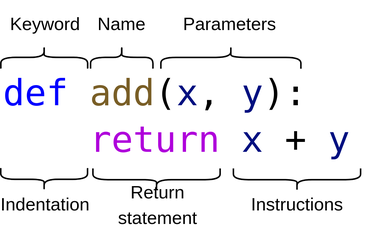
Before: img/fn-dev.png, a diagram exported from draw.io (Computational-Biology-Aachen/HackathonEmbu2023). Source tidied: cells renumbered, new cells last; positions are measured from the earlier drawing's top-left corner, leaving out a move shared by most shapes. Source of this version:
```xml
<mxGraphModel>
  <root>
    <mxCell id="0" />
    <mxCell id="1" parent="0" />
    <mxCell id="2" value="&lt;div style=&quot;color: rgb(0, 0, 0); background-color: rgb(255, 255, 255); font-family: &amp;quot;Droid Sans Mono&amp;quot;, &amp;quot;monospace&amp;quot;, monospace; font-weight: normal; font-size: 24px; line-height: 129%;&quot;&gt;&lt;div style=&quot;line-height: 129%;&quot;&gt;&lt;span style=&quot;color: #0000ff;&quot;&gt;def&lt;/span&gt;&lt;span style=&quot;color: #000000;&quot;&gt; &lt;/span&gt;&lt;span style=&quot;color: #795e26;&quot;&gt;add&lt;/span&gt;&lt;span style=&quot;color: #000000;&quot;&gt;(&lt;/span&gt;&lt;span style=&quot;color: #001080;&quot;&gt;x&lt;/span&gt;&lt;span style=&quot;color: #000000;&quot;&gt;, &lt;/span&gt;&lt;span style=&quot;color: #001080;&quot;&gt;y&lt;/span&gt;&lt;span style=&quot;color: #000000;&quot;&gt;):&lt;/span&gt;&lt;/div&gt;&lt;div style=&quot;line-height: 129%;&quot;&gt;&lt;span style=&quot;color: #000000;&quot;&gt;&lt;/span&gt;&lt;span style=&quot;color: #af00db;&quot;&gt;&amp;nbsp; &amp;nbsp; return&lt;/span&gt;&lt;span style=&quot;color: #000000;&quot;&gt; &lt;/span&gt;&lt;span style=&quot;color: #001080;&quot;&gt;x&lt;/span&gt;&lt;span style=&quot;color: #000000;&quot;&gt; + &lt;/span&gt;&lt;span style=&quot;color: #001080;&quot;&gt;y&lt;/span&gt;&lt;/div&gt;&lt;/div&gt;" style="text;whiteSpace=wrap;html=1;" parent="1" vertex="1">
      <mxGeometry y="49" width="240" height="80" as="geometry" />
    </mxCell>
    <mxCell id="3" style="shape=curlyBracket;whiteSpace=wrap;html=1;rounded=1;flipH=1;labelPosition=right;verticalLabelPosition=middle;align=left;verticalAlign=middle;fontSize=14;fontColor=#E6E6E6;rotation=90;" parent="1" vertex="1">
      <mxGeometry x="21.4" y="98.8" width="15" height="57.9" as="geometry" />
    </mxCell>
    <mxCell id="4" value="&lt;font style=&quot;font-size: 12px;&quot; color=&quot;#000000&quot;&gt;Indentation&lt;/font&gt;" style="text;html=1;strokeColor=none;fillColor=none;align=center;verticalAlign=middle;whiteSpace=wrap;rounded=0;fontSize=14;fontColor=#E6E6E6;" parent="1" vertex="1">
      <mxGeometry y="129" width="60" height="30" as="geometry" />
    </mxCell>
    <mxCell id="5" value="&lt;font style=&quot;font-size: 12px;&quot; color=&quot;#000000&quot;&gt;Return&lt;br&gt;statement&lt;/font&gt;" style="text;html=1;strokeColor=none;fillColor=none;align=center;verticalAlign=middle;whiteSpace=wrap;rounded=0;fontSize=14;fontColor=#E6E6E6;" parent="1" vertex="1">
      <mxGeometry x="60" y="129" width="90" height="30" as="geometry" />
    </mxCell>
    <mxCell id="6" style="shape=curlyBracket;whiteSpace=wrap;html=1;rounded=1;flipH=1;labelPosition=right;verticalLabelPosition=middle;align=left;verticalAlign=middle;fontSize=14;fontColor=#E6E6E6;rotation=90;" parent="1" vertex="1">
      <mxGeometry x="96.3" y="85.6" width="15" height="84.8" as="geometry" />
    </mxCell>
    <mxCell id="7" style="shape=curlyBracket;whiteSpace=wrap;html=1;rounded=1;flipH=1;labelPosition=right;verticalLabelPosition=middle;align=left;verticalAlign=middle;fontSize=14;fontColor=#E6E6E6;rotation=90;" parent="1" vertex="1">
      <mxGeometry x="190" y="85.6" width="15" height="84.8" as="geometry" />
    </mxCell>
    <mxCell id="8" value="&lt;font style=&quot;font-size: 12px;&quot; color=&quot;#000000&quot;&gt;Instructions&lt;/font&gt;" style="text;html=1;strokeColor=none;fillColor=none;align=center;verticalAlign=middle;whiteSpace=wrap;rounded=0;fontSize=14;fontColor=#E6E6E6;" parent="1" vertex="1">
      <mxGeometry x="152.5" y="129" width="90" height="30" as="geometry" />
    </mxCell>
    <mxCell id="9" style="shape=curlyBracket;whiteSpace=wrap;html=1;rounded=1;flipH=1;labelPosition=right;verticalLabelPosition=middle;align=left;verticalAlign=middle;fontSize=14;fontColor=#E6E6E6;rotation=-90;" parent="1" vertex="1">
      <mxGeometry x="21.4" y="17.7" width="15" height="57.9" as="geometry" />
    </mxCell>
    <mxCell id="10" value="&lt;font style=&quot;font-size: 12px;&quot; color=&quot;#000000&quot;&gt;Keyword&lt;/font&gt;" style="text;html=1;strokeColor=none;fillColor=none;align=center;verticalAlign=middle;whiteSpace=wrap;rounded=0;fontSize=14;fontColor=#E6E6E6;" parent="1" vertex="1">
      <mxGeometry y="9.3" width="60" height="30" as="geometry" />
    </mxCell>
    <mxCell id="11" style="shape=curlyBracket;whiteSpace=wrap;html=1;rounded=1;flipH=1;labelPosition=right;verticalLabelPosition=middle;align=left;verticalAlign=middle;fontSize=14;fontColor=#E6E6E6;rotation=-90;" parent="1" vertex="1">
      <mxGeometry x="73.2" y="25.9" width="15" height="41.5" as="geometry" />
    </mxCell>
    <mxCell id="12" value="&lt;font style=&quot;font-size: 12px;&quot; color=&quot;#000000&quot;&gt;Name&lt;/font&gt;" style="text;html=1;strokeColor=none;fillColor=none;align=center;verticalAlign=middle;whiteSpace=wrap;rounded=0;fontSize=14;fontColor=#E6E6E6;" parent="1" vertex="1">
      <mxGeometry x="51.3" y="9.3" width="60" height="30" as="geometry" />
    </mxCell>
    <mxCell id="13" style="shape=curlyBracket;whiteSpace=wrap;html=1;rounded=1;flipH=1;labelPosition=right;verticalLabelPosition=middle;align=left;verticalAlign=middle;fontSize=14;fontColor=#E6E6E6;rotation=-90;" parent="1" vertex="1">
      <mxGeometry x="145.9" width="15" height="93.3" as="geometry" />
    </mxCell>
    <mxCell id="14" value="&lt;font style=&quot;font-size: 12px;&quot; color=&quot;#000000&quot;&gt;Parameters&lt;/font&gt;" style="text;html=1;strokeColor=none;fillColor=none;align=center;verticalAlign=middle;whiteSpace=wrap;rounded=0;fontSize=14;fontColor=#E6E6E6;" parent="1" vertex="1">
      <mxGeometry x="123.4" y="9.3" width="60" height="30" as="geometry" />
    </mxCell>
  </root>
</mxGraphModel>
```
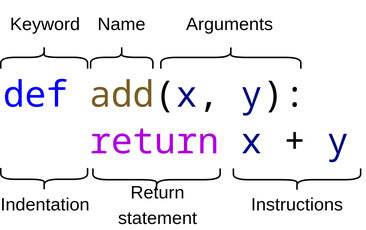
Above is the later version.

The edit, as a diff of the source:
```diff
@@ -38,7 +38,7 @@
     <mxCell id="13" style="shape=curlyBracket;whiteSpace=wrap;html=1;rounded=1;flipH=1;labelPosition=right;verticalLabelPosition=middle;align=left;verticalAlign=middle;fontSize=14;fontColor=#E6E6E6;rotation=-90;" parent="1" vertex="1">
       <mxGeometry x="145.9" width="15" height="93.3" as="geometry" />
     </mxCell>
-    <mxCell id="14" value="&lt;font style=&quot;font-size: 12px;&quot; color=&quot;#000000&quot;&gt;Parameters&lt;/font&gt;" style="text;html=1;strokeColor=none;fillColor=none;align=center;verticalAlign=middle;whiteSpace=wrap;rounded=0;fontSize=14;fontColor=#E6E6E6;" parent="1" vertex="1">
+    <mxCell id="14" value="&lt;font style=&quot;font-size: 12px;&quot; color=&quot;#000000&quot;&gt;Arguments&lt;/font&gt;" style="text;html=1;strokeColor=none;fillColor=none;align=center;verticalAlign=middle;whiteSpace=wrap;rounded=0;fontSize=14;fontColor=#E6E6E6;" parent="1" vertex="1">
       <mxGeometry x="123.4" y="9.3" width="60" height="30" as="geometry" />
     </mxCell>
   </root>
```
